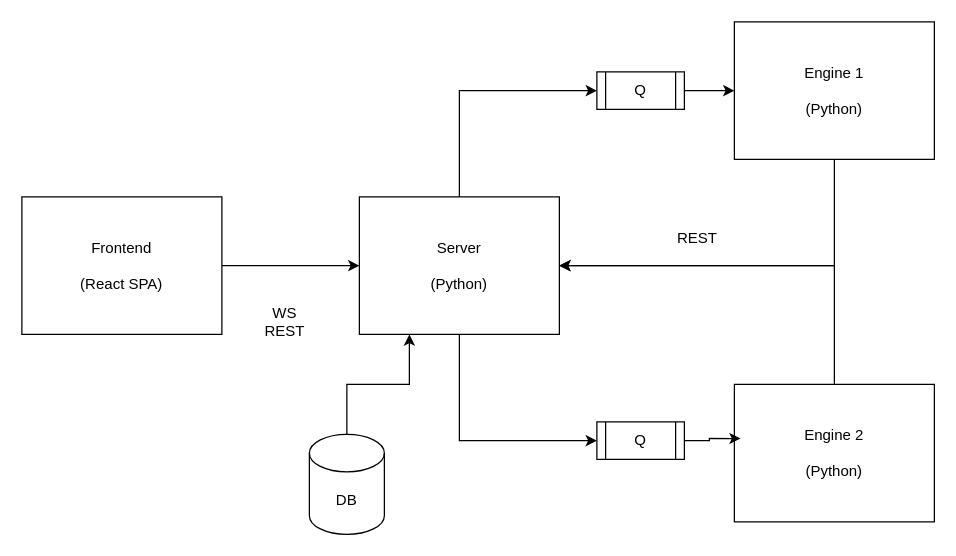
Earlier version of the draw.io diagram docs/assets/pwr-studio-architecture.drawio (microsoft/PwR-Studio). Source tidied: cells renumbered, new cells numbered last; positions are measured from the earlier drawing's top-left corner, leaving out a move shared by most shapes. Both pictures are drawn from the tidied source at 125%, with x=0, y=0 at pixel (21, 21).
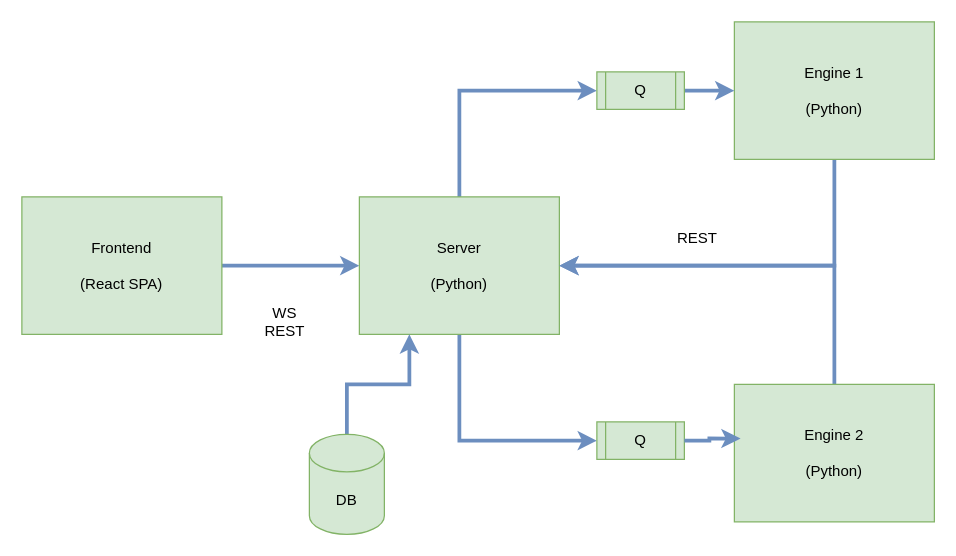
The same diagram, later.

Commit message (it also covers changes not shown here):
Updated the images with better background colours

The edit, as a diff of the source:
```diff
@@
 <mxGraphModel>
   <root>
     <mxCell id="0" />
     <mxCell id="1" parent="0" />
-    <mxCell id="2" style="edgeStyle=orthogonalEdgeStyle;rounded=0;jettySize=auto;html=1;entryX=0;entryY=0.5;entryDx=0;entryDy=0;" parent="1" edge="1" source="3" target="6">
+    <mxCell id="2" style="edgeStyle=orthogonalEdgeStyle;rounded=0;jettySize=auto;html=1;entryX=0;entryY=0.5;entryDx=0;entryDy=0;strokeWidth=3;fillColor=#dae8fc;strokeColor=#6c8ebf;" parent="1" edge="1" source="3" target="6">
       <mxGeometry relative="1" as="geometry" />
     </mxCell>
-    <mxCell id="3" value="Frontend&lt;div&gt;&lt;br&gt;&lt;/div&gt;&lt;div&gt;(React SPA)&lt;/div&gt;" style="rounded=0;whiteSpace=wrap;html=1;" parent="1" vertex="1">
+    <mxCell id="3" value="Frontend&lt;div&gt;&lt;br&gt;&lt;/div&gt;&lt;div&gt;(React SPA)&lt;/div&gt;" style="rounded=0;whiteSpace=wrap;html=1;fillColor=#d5e8d4;strokeColor=#82b366;" parent="1" vertex="1">
       <mxGeometry y="140" width="160" height="110" as="geometry" />
     </mxCell>
-    <mxCell id="4" style="edgeStyle=orthogonalEdgeStyle;rounded=0;jettySize=auto;html=1;entryX=0;entryY=0.5;entryDx=0;entryDy=0;exitX=0.5;exitY=1;exitDx=0;exitDy=0;" parent="1" edge="1" source="6" target="14">
+    <mxCell id="4" style="edgeStyle=orthogonalEdgeStyle;rounded=0;jettySize=auto;html=1;entryX=0;entryY=0.5;entryDx=0;entryDy=0;exitX=0.5;exitY=1;exitDx=0;exitDy=0;strokeWidth=3;fillColor=#dae8fc;strokeColor=#6c8ebf;" parent="1" edge="1" source="6" target="14">
       <mxGeometry relative="1" as="geometry" />
     </mxCell>
-    <mxCell id="5" style="edgeStyle=orthogonalEdgeStyle;rounded=0;jettySize=auto;html=1;entryX=0;entryY=0.5;entryDx=0;entryDy=0;exitX=0.5;exitY=0;exitDx=0;exitDy=0;" parent="1" edge="1" source="6" target="13">
+    <mxCell id="5" style="edgeStyle=orthogonalEdgeStyle;rounded=0;jettySize=auto;html=1;entryX=0;entryY=0.5;entryDx=0;entryDy=0;exitX=0.5;exitY=0;exitDx=0;exitDy=0;strokeWidth=3;fillColor=#dae8fc;strokeColor=#6c8ebf;" parent="1" edge="1" source="6" target="13">
       <mxGeometry relative="1" as="geometry" />
     </mxCell>
-    <mxCell id="6" value="Server&lt;div&gt;&lt;br&gt;&lt;/div&gt;&lt;div&gt;(Python)&lt;/div&gt;" style="rounded=0;whiteSpace=wrap;html=1;" parent="1" vertex="1">
+    <mxCell id="6" value="Server&lt;div&gt;&lt;br&gt;&lt;/div&gt;&lt;div&gt;(Python)&lt;/div&gt;" style="rounded=0;whiteSpace=wrap;html=1;fillColor=#d5e8d4;strokeColor=#82b366;" parent="1" vertex="1">
       <mxGeometry x="270" y="140" width="160" height="110" as="geometry" />
     </mxCell>
-    <mxCell id="7" style="edgeStyle=orthogonalEdgeStyle;rounded=0;jettySize=auto;html=1;entryX=1;entryY=0.5;entryDx=0;entryDy=0;exitX=0.5;exitY=1;exitDx=0;exitDy=0;" parent="1" edge="1" source="8" target="6">
+    <mxCell id="7" style="edgeStyle=orthogonalEdgeStyle;rounded=0;jettySize=auto;html=1;entryX=1;entryY=0.5;entryDx=0;entryDy=0;exitX=0.5;exitY=1;exitDx=0;exitDy=0;strokeWidth=3;fillColor=#dae8fc;strokeColor=#6c8ebf;" parent="1" edge="1" source="8" target="6">
       <mxGeometry relative="1" as="geometry" />
     </mxCell>
-    <mxCell id="8" value="Engine 1&lt;div&gt;&lt;br&gt;&lt;/div&gt;&lt;div&gt;(Python)&lt;/div&gt;" style="rounded=0;whiteSpace=wrap;html=1;" parent="1" vertex="1">
+    <mxCell id="8" value="Engine 1&lt;div&gt;&lt;br&gt;&lt;/div&gt;&lt;div&gt;(Python)&lt;/div&gt;" style="rounded=0;whiteSpace=wrap;html=1;fillColor=#d5e8d4;strokeColor=#82b366;" parent="1" vertex="1">
       <mxGeometry x="570" width="160" height="110" as="geometry" />
     </mxCell>
-    <mxCell id="9" style="edgeStyle=orthogonalEdgeStyle;rounded=0;jettySize=auto;html=1;entryX=1;entryY=0.5;entryDx=0;entryDy=0;exitX=0.5;exitY=0;exitDx=0;exitDy=0;" parent="1" edge="1" source="10" target="6">
+    <mxCell id="9" style="edgeStyle=orthogonalEdgeStyle;rounded=0;jettySize=auto;html=1;entryX=1;entryY=0.5;entryDx=0;entryDy=0;exitX=0.5;exitY=0;exitDx=0;exitDy=0;strokeWidth=3;fillColor=#dae8fc;strokeColor=#6c8ebf;" parent="1" edge="1" source="10" target="6">
       <mxGeometry relative="1" as="geometry" />
     </mxCell>
-    <mxCell id="10" value="Engine 2&lt;div&gt;&lt;br&gt;&lt;/div&gt;&lt;div&gt;(Python)&lt;/div&gt;" style="rounded=0;whiteSpace=wrap;html=1;" parent="1" vertex="1">
+    <mxCell id="10" value="Engine 2&lt;div&gt;&lt;br&gt;&lt;/div&gt;&lt;div&gt;(Python)&lt;/div&gt;" style="rounded=0;whiteSpace=wrap;html=1;fillColor=#d5e8d4;strokeColor=#82b366;" parent="1" vertex="1">
       <mxGeometry x="570" y="290" width="160" height="110" as="geometry" />
     </mxCell>
     <mxCell id="11" value="WS&lt;div&gt;REST&lt;/div&gt;" style="text;html=1;align=center;verticalAlign=middle;strokeColor=none;fillColor=none;" parent="1" vertex="1">
       <mxGeometry x="180" y="220" width="60" height="40" as="geometry" />
     </mxCell>
-    <mxCell id="12" style="edgeStyle=orthogonalEdgeStyle;rounded=0;jettySize=auto;html=1;" parent="1" edge="1" source="13" target="8">
+    <mxCell id="12" style="edgeStyle=orthogonalEdgeStyle;rounded=0;jettySize=auto;html=1;strokeWidth=3;fillColor=#dae8fc;strokeColor=#6c8ebf;" parent="1" edge="1" source="13" target="8">
       <mxGeometry relative="1" as="geometry" />
     </mxCell>
-    <mxCell id="13" value="Q" style="shape=process;whiteSpace=wrap;html=1;backgroundOutline=1;" parent="1" vertex="1">
+    <mxCell id="13" value="Q" style="shape=process;whiteSpace=wrap;html=1;backgroundOutline=1;fillColor=#d5e8d4;strokeColor=#82b366;" parent="1" vertex="1">
       <mxGeometry x="460" y="40" width="70" height="30" as="geometry" />
     </mxCell>
-    <mxCell id="14" value="Q" style="shape=process;whiteSpace=wrap;html=1;backgroundOutline=1;" parent="1" vertex="1">
+    <mxCell id="14" value="Q" style="shape=process;whiteSpace=wrap;html=1;backgroundOutline=1;fillColor=#d5e8d4;strokeColor=#82b366;" parent="1" vertex="1">
       <mxGeometry x="460" y="320" width="70" height="30" as="geometry" />
     </mxCell>
-    <mxCell id="15" style="edgeStyle=orthogonalEdgeStyle;rounded=0;jettySize=auto;html=1;entryX=0.031;entryY=0.394;entryDx=0;entryDy=0;entryPerimeter=0;" parent="1" edge="1" source="14" target="10">
+    <mxCell id="15" style="edgeStyle=orthogonalEdgeStyle;rounded=0;jettySize=auto;html=1;entryX=0.031;entryY=0.394;entryDx=0;entryDy=0;entryPerimeter=0;strokeWidth=3;fillColor=#dae8fc;strokeColor=#6c8ebf;" parent="1" edge="1" source="14" target="10">
       <mxGeometry relative="1" as="geometry" />
     </mxCell>
     <mxCell id="16" value="REST" style="text;html=1;align=center;verticalAlign=middle;strokeColor=none;fillColor=none;" parent="1" vertex="1">
       <mxGeometry x="510" y="158" width="60" height="30" as="geometry" />
     </mxCell>
-    <mxCell id="17" style="edgeStyle=orthogonalEdgeStyle;rounded=0;jettySize=auto;html=1;entryX=0.25;entryY=1;entryDx=0;entryDy=0;" parent="1" edge="1" source="18" target="6">
+    <mxCell id="17" style="edgeStyle=orthogonalEdgeStyle;rounded=0;jettySize=auto;html=1;entryX=0.25;entryY=1;entryDx=0;entryDy=0;strokeWidth=3;fillColor=#dae8fc;strokeColor=#6c8ebf;" parent="1" edge="1" source="18" target="6">
       <mxGeometry relative="1" as="geometry" />
     </mxCell>
-    <mxCell id="18" value="DB" style="shape=cylinder3;whiteSpace=wrap;html=1;boundedLbl=1;backgroundOutline=1;size=15;" parent="1" vertex="1">
+    <mxCell id="18" value="DB" style="shape=cylinder3;whiteSpace=wrap;html=1;boundedLbl=1;backgroundOutline=1;size=15;fillColor=#d5e8d4;strokeColor=#82b366;" parent="1" vertex="1">
       <mxGeometry x="230" y="330" width="60" height="80" as="geometry" />
     </mxCell>
   </root>
 </mxGraphModel>
```
